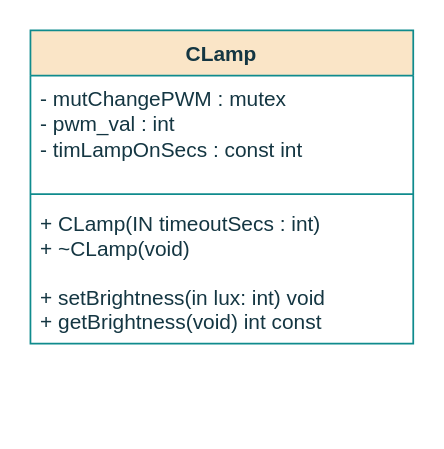
Earlier version of the draw.io diagram page "Class" (1 of 4) of documentation/flowcharts/02Classes/CLamp.drawio (ESRGgroup9/slipad). Source tidied: cells renumbered, new cells numbered last; positions are measured from the earlier drawing's top-left corner, leaving out a move shared by most shapes. Both pictures are drawn from the tidied source at 174%, with x=0, y=0 at pixel (30, 30).
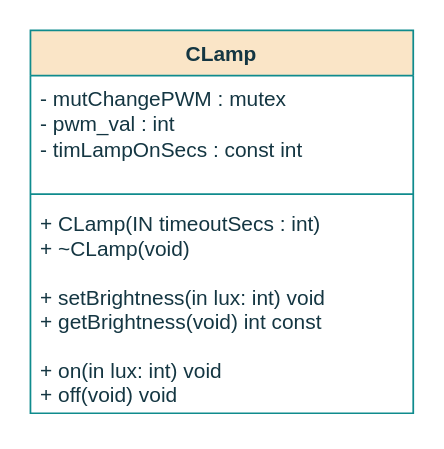
The same page after the edit.

Change to the diagram source:
```diff
@@
 <mxGraphModel>
   <root>
     <mxCell id="0" />
     <mxCell id="1" parent="0" />
     <mxCell id="2" value="CLamp" style="swimlane;fontStyle=1;align=center;verticalAlign=top;horizontal=1;startSize=26;fillColor=#FAE5C7;strokeColor=#0F8B8D;fontColor=#143642;" parent="1" vertex="1">
-      <mxGeometry width="220" height="180" as="geometry" />
+      <mxGeometry width="220" height="220" as="geometry" />
     </mxCell>
     <mxCell id="3" value="- mutChangePWM : mutex&lt;br&gt;- pwm_val : int&lt;br&gt;- timLampOnSecs : const int" style="text;strokeColor=none;fillColor=none;align=left;verticalAlign=top;spacingLeft=4;spacingRight=4;overflow=hidden;fontColor=#143642;fontStyle=0;html=1;" parent="2" vertex="1">
       <mxGeometry y="26" width="220" height="64" as="geometry" />
     </mxCell>
     <mxCell id="4" style="line;strokeWidth=1;fillColor=none;align=left;verticalAlign=middle;spacingTop=-1;spacingLeft=3;spacingRight=3;labelPosition=right;labelBackgroundColor=#DAD2D8;strokeColor=#0F8B8D;fontColor=#143642;" parent="2" vertex="1">
       <mxGeometry y="90" width="220" height="8" as="geometry" />
     </mxCell>
-    <mxCell id="5" value="+ CLamp(IN timeoutSecs : int)&#10;+ ~CLamp(void)&#10;&#10;+ setBrightness(in lux: int) void&#10;+ getBrightness(void) int const&#10;&#10;&#10;&#10;" style="text;strokeColor=none;fillColor=none;align=left;verticalAlign=top;spacingLeft=4;spacingRight=4;overflow=hidden;fontColor=#143642;" parent="2" vertex="1">
-      <mxGeometry y="98" width="220" height="82" as="geometry" />
+    <mxCell id="5" value="+ CLamp(IN timeoutSecs : int)&#10;+ ~CLamp(void)&#10;&#10;+ setBrightness(in lux: int) void&#10;+ getBrightness(void) int const&#10;&#10;+ on(in lux: int) void&#10;+ off(void) void&#10;&#10;&#10;&#10;&#10;" style="text;strokeColor=none;fillColor=none;align=left;verticalAlign=top;spacingLeft=4;spacingRight=4;overflow=hidden;fontColor=#143642;" parent="2" vertex="1">
+      <mxGeometry y="98" width="220" height="122" as="geometry" />
     </mxCell>
   </root>
 </mxGraphModel>
```
